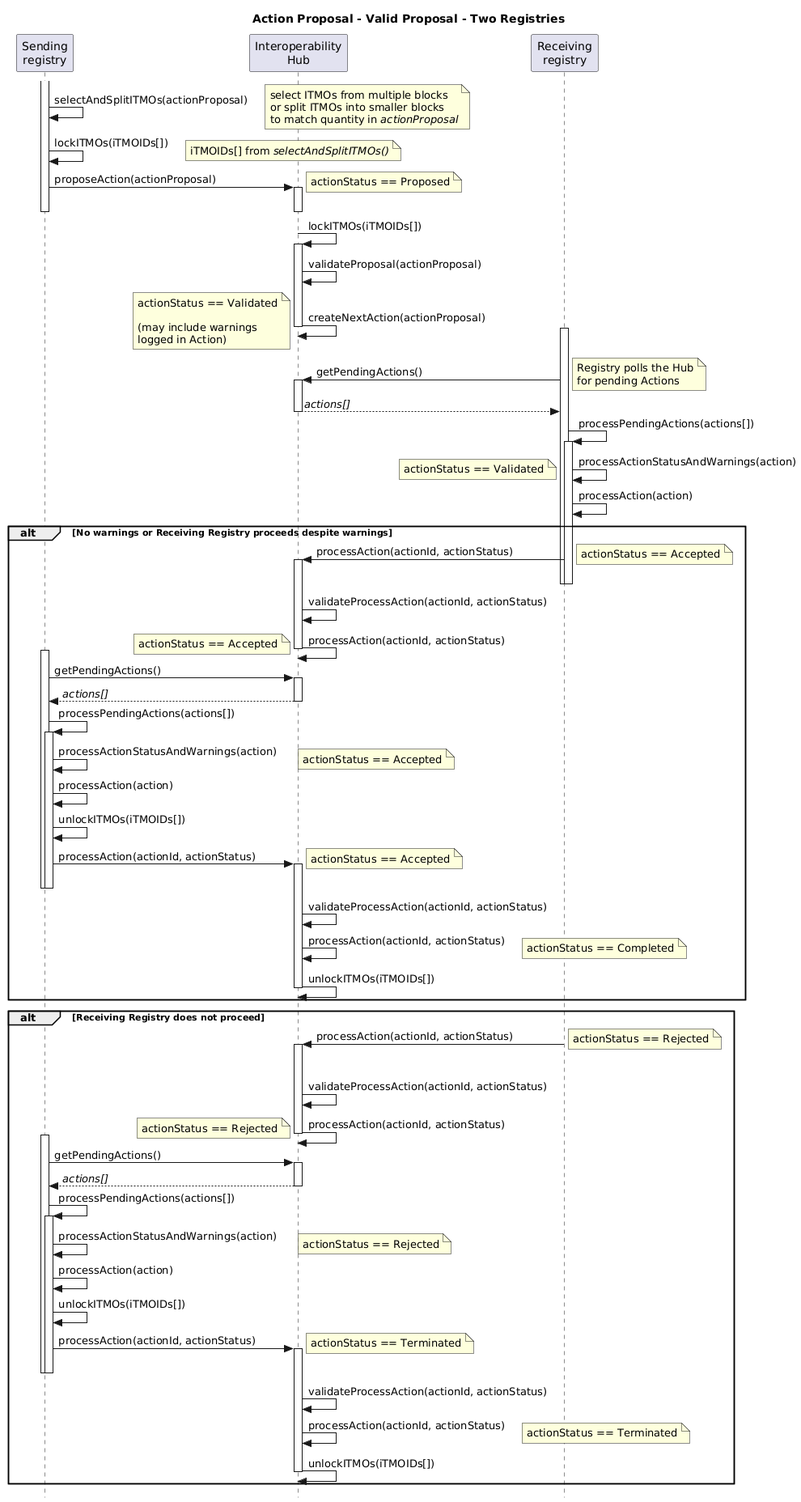
Before: diagrams/actionProposal_Valid_TwoReg_Sequence.png, a diagram exported from PlantUML (frankcnng/CARP).
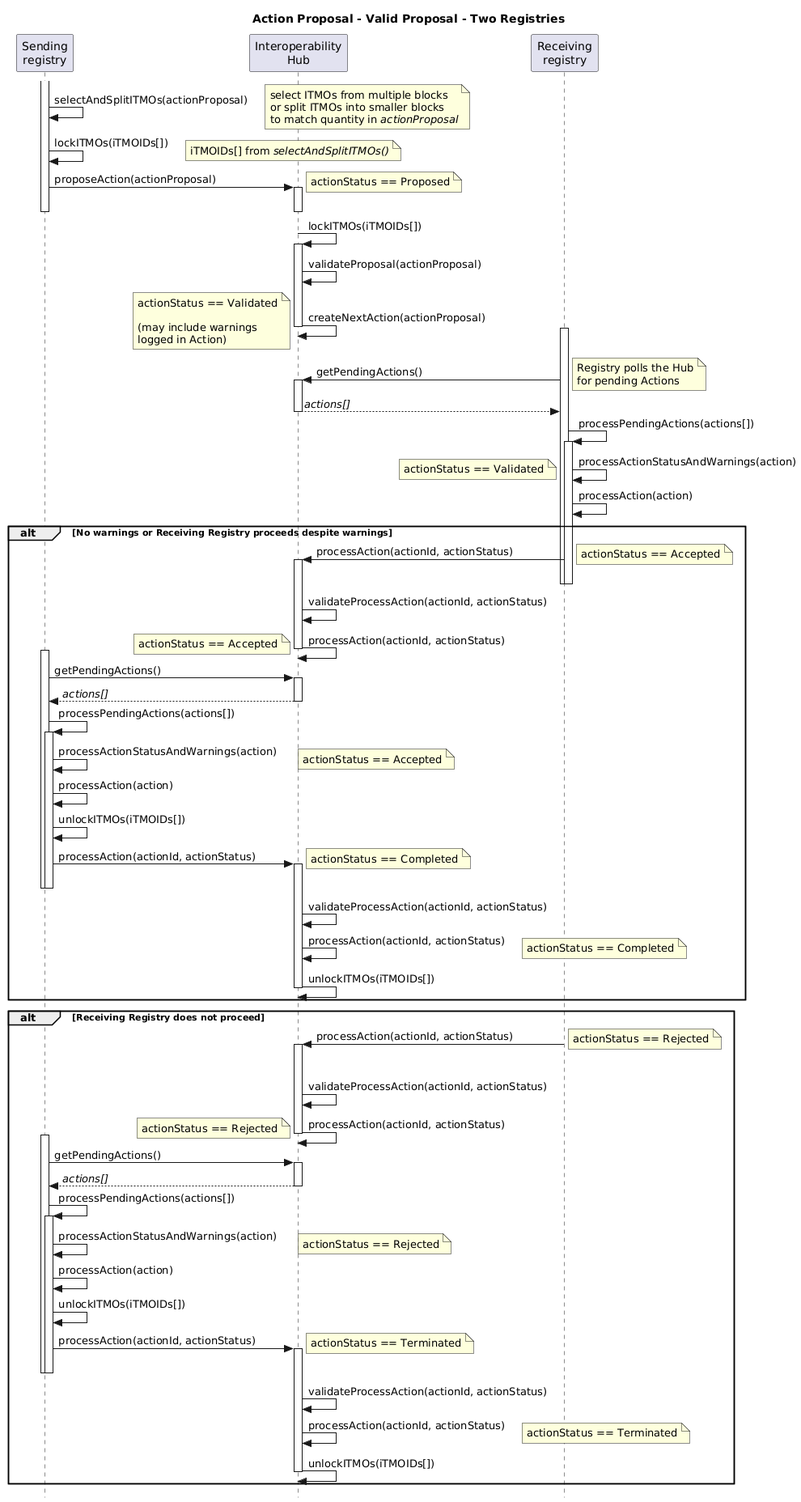
Later version of the same file.

Diff of the diagram source:
```diff
@@ -62,7 +62,7 @@
   Sender -> Sender: unlockITMOs(iTMOIDs[])
 
   Sender -> Hub++: processAction(actionId, actionStatus)
-  note right: actionStatus == Accepted
+  note right: actionStatus == Completed
   deactivate Sender
   deactivate Sender
   Hub -> Hub: validateProcessAction(actionId, actionStatus)
```
